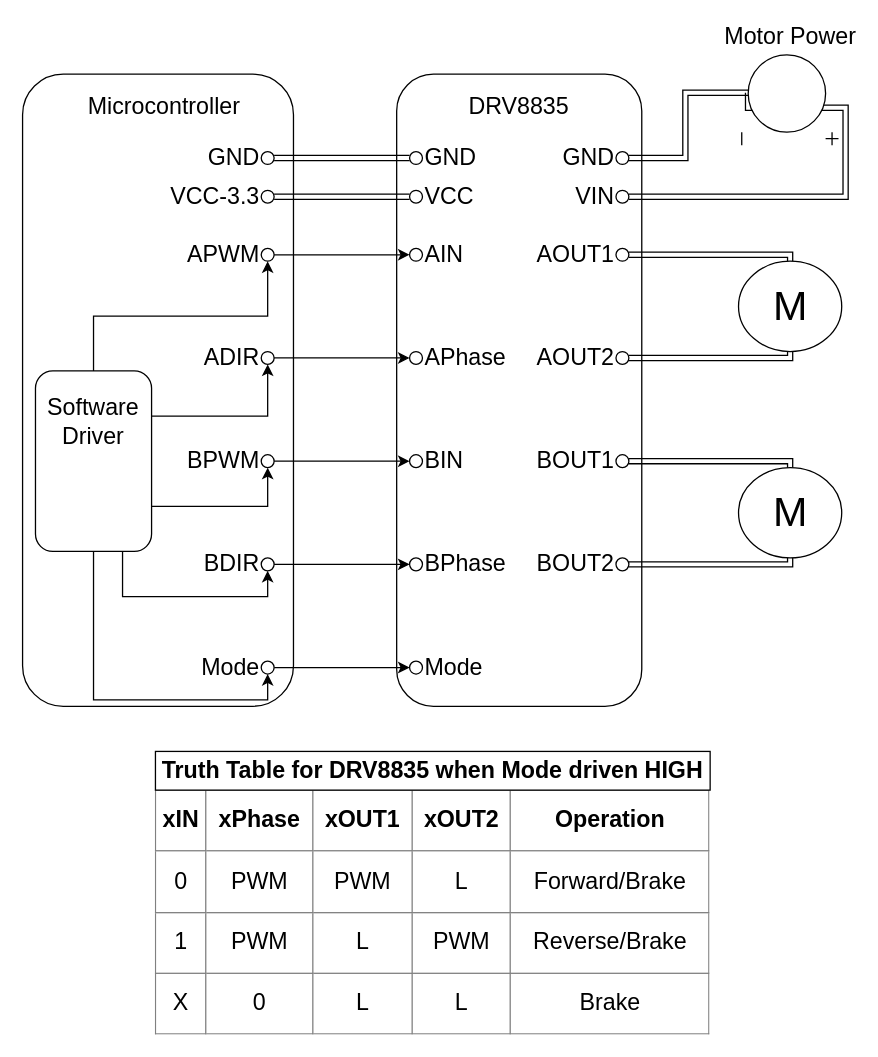
jcphan2020/Goose-Chaperone keeps this draw.io diagram as page "Overview" (1 of 2) of docs/dc-motor-control/Motor-Control-Diagrams.drawio. Above is the earlier version. Source tidied: cells renumbered, new cells numbered last; positions are measured from the earlier drawing's top-left corner, leaving out a move shared by most shapes. Both pictures are drawn from the tidied source at 129%, with x=0, y=0 at pixel (22, 54).
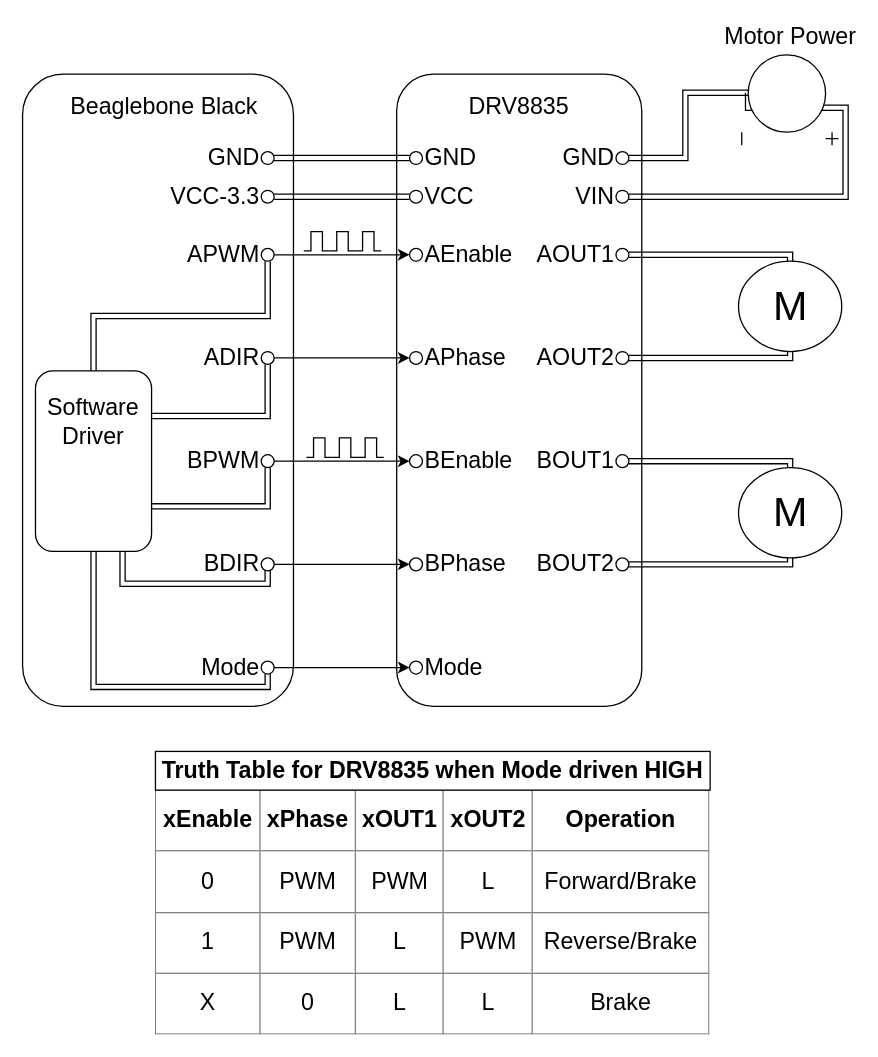
The same page after the edit.

Commit message (it also covers changes not shown here):
Improved motor control diagrams

The change refers to these unchanged cells:
```xml
<mxCell id="4" value="APWM" style="verticalLabelPosition=middle;shadow=0;dashed=0;align=right;fillColor=#ffffff;strokeColor=#000000;html=1;verticalAlign=middle;strokeWidth=1;shape=ellipse;fontSize=18;labelPosition=left;" parent="1" vertex="1">
  <mxGeometry x="185" y="150" width="10" height="10" as="geometry" />
</mxCell>
<mxCell id="5" value="ADIR" style="verticalLabelPosition=middle;shadow=0;dashed=0;align=right;fillColor=#ffffff;strokeColor=#000000;html=1;verticalAlign=middle;strokeWidth=1;shape=ellipse;fontSize=18;labelPosition=left;" parent="1" vertex="1">
  <mxGeometry x="185" y="230" width="10" height="10" as="geometry" />
</mxCell>
<mxCell id="6" value="BPWM" style="verticalLabelPosition=middle;shadow=0;dashed=0;align=right;fillColor=#ffffff;strokeColor=#000000;html=1;verticalAlign=middle;strokeWidth=1;shape=ellipse;fontSize=18;labelPosition=left;" parent="1" vertex="1">
  <mxGeometry x="185" y="310" width="10" height="10" as="geometry" />
</mxCell>
<mxCell id="7" value="BDIR" style="verticalLabelPosition=middle;shadow=0;dashed=0;align=right;fillColor=#ffffff;strokeColor=#000000;html=1;verticalAlign=middle;strokeWidth=1;shape=ellipse;fontSize=18;labelPosition=left;" parent="1" vertex="1">
  <mxGeometry x="185" y="390" width="10" height="10" as="geometry" />
</mxCell>
<mxCell id="13" style="rounded=1;whiteSpace=wrap;html=1;fontSize=18;" parent="1" vertex="1">
  <mxGeometry x="10" y="245" width="90" height="140" as="geometry" />
</mxCell>
<mxCell id="17" value="Mode " style="verticalLabelPosition=middle;shadow=0;dashed=0;align=right;fillColor=#ffffff;strokeColor=#000000;html=1;verticalAlign=middle;strokeWidth=1;shape=ellipse;fontSize=18;labelPosition=left;" parent="1" vertex="1">
  <mxGeometry x="185" y="470" width="10" height="10" as="geometry" />
</mxCell>
```

Change to the diagram source:
```diff
@@
-    <mxCell id="3" value="Microcontroller" style="text;html=1;strokeColor=none;fillColor=none;align=center;verticalAlign=middle;whiteSpace=wrap;rounded=0;fontSize=18;" parent="1" vertex="1">
+    <mxCell id="3" value="Beaglebone Black" style="text;html=1;strokeColor=none;fillColor=none;align=center;verticalAlign=middle;whiteSpace=wrap;rounded=0;fontSize=18;" parent="1" vertex="1">
       <mxGeometry x="30" y="25" width="160" height="30" as="geometry" />
     </mxCell>
@@
-    <mxCell id="8" style="edgeStyle=orthogonalEdgeStyle;rounded=0;jettySize=auto;html=1;exitX=0.75;exitY=1;exitDx=0;exitDy=0;entryX=0.5;entryY=1;entryDx=0;entryDy=0;fontSize=18;" parent="1" edge="1" source="13" target="7">
-      <mxGeometry relative="1" as="geometry" />
+    <mxCell id="8" style="edgeStyle=orthogonalEdgeStyle;rounded=0;jettySize=auto;html=1;exitX=0.75;exitY=1;exitDx=0;exitDy=0;entryX=0.5;entryY=1;entryDx=0;entryDy=0;fontSize=18;shape=link;" parent="1" edge="1" source="13" target="7">
+      <mxGeometry relative="1" as="geometry">
+        <Array as="points">
+          <mxPoint x="78" y="410" />
+          <mxPoint x="190" y="410" />
+        </Array>
+      </mxGeometry>
     </mxCell>
-    <mxCell id="9" style="edgeStyle=orthogonalEdgeStyle;rounded=0;jettySize=auto;html=1;exitX=0.5;exitY=1;exitDx=0;exitDy=0;entryX=0.5;entryY=1;entryDx=0;entryDy=0;fontSize=18;" parent="1" edge="1" source="13" target="17">
-      <mxGeometry relative="1" as="geometry" />
+    <mxCell id="9" style="edgeStyle=orthogonalEdgeStyle;rounded=0;jettySize=auto;html=1;exitX=0.5;exitY=1;exitDx=0;exitDy=0;entryX=0.5;entryY=1;entryDx=0;entryDy=0;fontSize=18;shape=link;" parent="1" edge="1" source="13" target="17">
+      <mxGeometry relative="1" as="geometry">
+        <Array as="points">
+          <mxPoint x="55" y="490" />
+          <mxPoint x="190" y="490" />
+        </Array>
+      </mxGeometry>
     </mxCell>
-    <mxCell id="10" style="edgeStyle=orthogonalEdgeStyle;rounded=0;jettySize=auto;html=1;exitX=1;exitY=0.25;exitDx=0;exitDy=0;entryX=0.5;entryY=1;entryDx=0;entryDy=0;fontSize=18;" parent="1" edge="1" source="13" target="5">
+    <mxCell id="10" style="edgeStyle=orthogonalEdgeStyle;rounded=0;jettySize=auto;html=1;exitX=1;exitY=0.25;exitDx=0;exitDy=0;entryX=0.5;entryY=1;entryDx=0;entryDy=0;fontSize=18;shape=link;" parent="1" edge="1" source="13" target="5">
       <mxGeometry relative="1" as="geometry" />
     </mxCell>
-    <mxCell id="11" style="edgeStyle=orthogonalEdgeStyle;rounded=0;jettySize=auto;html=1;exitX=1;exitY=0.75;exitDx=0;exitDy=0;entryX=0.5;entryY=1;entryDx=0;entryDy=0;fontSize=18;" parent="1" edge="1" source="13" target="6">
-      <mxGeometry relative="1" as="geometry" />
+    <mxCell id="11" style="edgeStyle=orthogonalEdgeStyle;rounded=0;jettySize=auto;html=1;exitX=1;exitY=0.75;exitDx=0;exitDy=0;entryX=0.5;entryY=1;entryDx=0;entryDy=0;fontSize=18;shape=link;" parent="1" edge="1" source="13" target="6">
+      <mxGeometry relative="1" as="geometry">
+        <Array as="points">
+          <mxPoint x="190" y="350" />
+        </Array>
+      </mxGeometry>
     </mxCell>
-    <mxCell id="12" style="edgeStyle=orthogonalEdgeStyle;rounded=0;jettySize=auto;html=1;exitX=0.5;exitY=0;exitDx=0;exitDy=0;entryX=0.5;entryY=1;entryDx=0;entryDy=0;fontSize=18;" parent="1" edge="1" source="13" target="4">
+    <mxCell id="12" style="edgeStyle=orthogonalEdgeStyle;rounded=0;jettySize=auto;html=1;exitX=0.5;exitY=0;exitDx=0;exitDy=0;entryX=0.5;entryY=1;entryDx=0;entryDy=0;fontSize=18;shape=link;" parent="1" edge="1" source="13" target="4">
       <mxGeometry relative="1" as="geometry" />
     </mxCell>
@@
-    <mxCell id="18" value="AIN" style="verticalLabelPosition=middle;shadow=0;dashed=0;align=left;fillColor=#ffffff;strokeColor=#000000;html=1;verticalAlign=middle;strokeWidth=1;shape=ellipse;fontSize=18;labelPosition=right;" parent="1" vertex="1">
+    <mxCell id="18" value="AEnable" style="verticalLabelPosition=middle;shadow=0;dashed=0;align=left;fillColor=#ffffff;strokeColor=#000000;html=1;verticalAlign=middle;strokeWidth=1;shape=ellipse;fontSize=18;labelPosition=right;" parent="1" vertex="1">
       <mxGeometry x="300" y="150" width="10" height="10" as="geometry" />
     </mxCell>
@@
-    <mxCell id="20" value="BIN" style="verticalLabelPosition=middle;shadow=0;dashed=0;align=left;fillColor=#ffffff;strokeColor=#000000;html=1;verticalAlign=middle;strokeWidth=1;shape=ellipse;fontSize=18;labelPosition=right;" parent="1" vertex="1">
+    <mxCell id="20" value="BEnable" style="verticalLabelPosition=middle;shadow=0;dashed=0;align=left;fillColor=#ffffff;strokeColor=#000000;html=1;verticalAlign=middle;strokeWidth=1;shape=ellipse;fontSize=18;labelPosition=right;" parent="1" vertex="1">
       <mxGeometry x="300" y="310" width="10" height="10" as="geometry" />
     </mxCell>
@@
-    <mxCell id="49" value="&lt;table style=&quot;width: 100% ; height: 100% ; border-collapse: collapse&quot; width=&quot;100%&quot; border=&quot;1&quot;&gt;&lt;tbody&gt;&lt;tr&gt;&lt;td align=&quot;center&quot;&gt;&lt;b&gt;xIN&lt;br&gt;&lt;/b&gt;&lt;/td&gt;&lt;td align=&quot;center&quot;&gt;&lt;b&gt;xPhase&lt;/b&gt;&lt;/td&gt;&lt;td align=&quot;center&quot;&gt;&lt;b&gt;xOUT1&lt;/b&gt;&lt;/td&gt;&lt;td align=&quot;center&quot;&gt;&lt;b&gt;xOUT2&lt;br&gt;&lt;/b&gt;&lt;/td&gt;&lt;td align=&quot;center&quot;&gt;&lt;b&gt;Operation&lt;br&gt;&lt;/b&gt;&lt;/td&gt;&lt;/tr&gt;&lt;tr&gt;&lt;td align=&quot;center&quot;&gt;0&lt;/td&gt;&lt;td align=&quot;center&quot;&gt;PWM&lt;br&gt;&lt;/td&gt;&lt;td align=&quot;center&quot;&gt;PWM&lt;/td&gt;&lt;td align=&quot;center&quot;&gt;L&lt;br&gt;&lt;/td&gt;&lt;td align=&quot;center&quot;&gt;Forward/Brake&lt;br&gt;&lt;/td&gt;&lt;/tr&gt;&lt;tr&gt;&lt;td align=&quot;center&quot;&gt;1&lt;/td&gt;&lt;td align=&quot;center&quot;&gt;PWM&lt;br&gt;&lt;/td&gt;&lt;td align=&quot;center&quot;&gt;L&lt;/td&gt;&lt;td align=&quot;center&quot;&gt;PWM&lt;br&gt;&lt;/td&gt;&lt;td align=&quot;center&quot;&gt;Reverse/Brake&lt;br&gt;&lt;/td&gt;&lt;/tr&gt;&lt;tr&gt;&lt;td align=&quot;center&quot;&gt;X&lt;br&gt;&lt;/td&gt;&lt;td align=&quot;center&quot;&gt;0&lt;br&gt;&lt;/td&gt;&lt;td align=&quot;center&quot;&gt;L&lt;br&gt;&lt;/td&gt;&lt;td align=&quot;center&quot;&gt;L&lt;br&gt;&lt;/td&gt;&lt;td align=&quot;center&quot;&gt;Brake&lt;br&gt;&lt;/td&gt;&lt;/tr&gt;&lt;/tbody&gt;&lt;/table&gt;" style="text;html=1;strokeColor=none;fillColor=none;overflow=fill;fontSize=18;" parent="1" vertex="1">
+    <mxCell id="49" value="&lt;table style=&quot;width: 100% ; height: 100% ; border-collapse: collapse&quot; width=&quot;100%&quot; border=&quot;1&quot;&gt;&lt;tbody&gt;&lt;tr&gt;&lt;td align=&quot;center&quot;&gt;&lt;b&gt;xEnable&lt;br&gt;&lt;/b&gt;&lt;/td&gt;&lt;td align=&quot;center&quot;&gt;&lt;b&gt;xPhase&lt;/b&gt;&lt;/td&gt;&lt;td align=&quot;center&quot;&gt;&lt;b&gt;xOUT1&lt;/b&gt;&lt;/td&gt;&lt;td align=&quot;center&quot;&gt;&lt;b&gt;xOUT2&lt;br&gt;&lt;/b&gt;&lt;/td&gt;&lt;td align=&quot;center&quot;&gt;&lt;b&gt;Operation&lt;br&gt;&lt;/b&gt;&lt;/td&gt;&lt;/tr&gt;&lt;tr&gt;&lt;td align=&quot;center&quot;&gt;0&lt;/td&gt;&lt;td align=&quot;center&quot;&gt;PWM&lt;br&gt;&lt;/td&gt;&lt;td align=&quot;center&quot;&gt;PWM&lt;/td&gt;&lt;td align=&quot;center&quot;&gt;L&lt;br&gt;&lt;/td&gt;&lt;td align=&quot;center&quot;&gt;Forward/Brake&lt;br&gt;&lt;/td&gt;&lt;/tr&gt;&lt;tr&gt;&lt;td align=&quot;center&quot;&gt;1&lt;/td&gt;&lt;td align=&quot;center&quot;&gt;PWM&lt;br&gt;&lt;/td&gt;&lt;td align=&quot;center&quot;&gt;L&lt;/td&gt;&lt;td align=&quot;center&quot;&gt;PWM&lt;br&gt;&lt;/td&gt;&lt;td align=&quot;center&quot;&gt;Reverse/Brake&lt;br&gt;&lt;/td&gt;&lt;/tr&gt;&lt;tr&gt;&lt;td align=&quot;center&quot;&gt;X&lt;br&gt;&lt;/td&gt;&lt;td align=&quot;center&quot;&gt;0&lt;br&gt;&lt;/td&gt;&lt;td align=&quot;center&quot;&gt;L&lt;br&gt;&lt;/td&gt;&lt;td align=&quot;center&quot;&gt;L&lt;br&gt;&lt;/td&gt;&lt;td align=&quot;center&quot;&gt;Brake&lt;br&gt;&lt;/td&gt;&lt;/tr&gt;&lt;/tbody&gt;&lt;/table&gt;" style="text;html=1;strokeColor=none;fillColor=none;overflow=fill;fontSize=18;" parent="1" vertex="1">
       <mxGeometry x="103" y="570" width="430" height="190" as="geometry" />
     </mxCell>
@@
+    <mxCell id="51" style="verticalLabelPosition=bottom;shadow=0;dashed=0;align=center;fillColor=#ffffff;html=1;verticalAlign=top;strokeWidth=1;shape=mxgraph.electrical.waveforms.pulse_1;fontSize=18;fontColor=none;" parent="1" vertex="1">
+      <mxGeometry x="218" y="137" width="20" height="15" as="geometry" />
+    </mxCell>
+    <mxCell id="52" style="verticalLabelPosition=bottom;shadow=0;dashed=0;align=center;fillColor=#ffffff;html=1;verticalAlign=top;strokeWidth=1;shape=mxgraph.electrical.waveforms.pulse_1;fontSize=18;fontColor=none;" parent="1" vertex="1">
+      <mxGeometry x="258" y="137" width="20" height="15" as="geometry" />
+    </mxCell>
+    <mxCell id="53" style="verticalLabelPosition=bottom;shadow=0;dashed=0;align=center;fillColor=#ffffff;html=1;verticalAlign=top;strokeWidth=1;shape=mxgraph.electrical.waveforms.pulse_1;fontSize=18;fontColor=none;" parent="1" vertex="1">
+      <mxGeometry x="238" y="137" width="20" height="15" as="geometry" />
+    </mxCell>
+    <mxCell id="54" style="verticalLabelPosition=bottom;shadow=0;dashed=0;align=center;fillColor=#ffffff;html=1;verticalAlign=top;strokeWidth=1;shape=mxgraph.electrical.waveforms.pulse_1;fontSize=18;fontColor=none;" parent="1" vertex="1">
+      <mxGeometry x="220" y="297" width="20" height="15" as="geometry" />
+    </mxCell>
+    <mxCell id="55" style="verticalLabelPosition=bottom;shadow=0;dashed=0;align=center;fillColor=#ffffff;html=1;verticalAlign=top;strokeWidth=1;shape=mxgraph.electrical.waveforms.pulse_1;fontSize=18;fontColor=none;" parent="1" vertex="1">
+      <mxGeometry x="260" y="297" width="20" height="15" as="geometry" />
+    </mxCell>
+    <mxCell id="56" style="verticalLabelPosition=bottom;shadow=0;dashed=0;align=center;fillColor=#ffffff;html=1;verticalAlign=top;strokeWidth=1;shape=mxgraph.electrical.waveforms.pulse_1;fontSize=18;fontColor=none;" parent="1" vertex="1">
+      <mxGeometry x="240" y="297" width="20" height="15" as="geometry" />
+    </mxCell>
```
